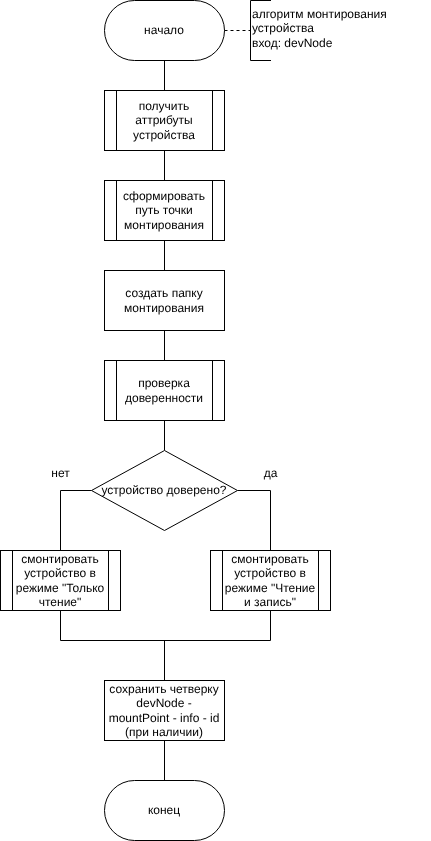
Above: Notes/report/inc/img/mount_algo.drawio.png in pitsmit/Diploma_IU7_2026 (draw.io), before the change. Source tidied: cells renumbered, new cells last; positions are measured from the earlier drawing's top-left corner, leaving out a move shared by most shapes.
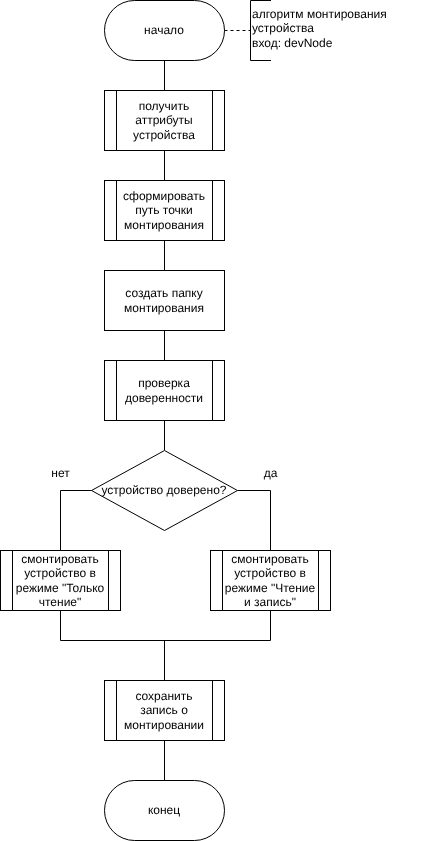
After the change.

Change to the diagram source:
```diff
@@ -52,17 +52,14 @@
     <mxCell id="15" value="&lt;font style=&quot;color: rgb(0, 0, 0);&quot;&gt;смонтировать&lt;/font&gt;&lt;div&gt;&lt;font style=&quot;color: rgb(0, 0, 0);&quot;&gt;устройство в режиме &quot;Чтение и запись&quot;&lt;/font&gt;&lt;/div&gt;" style="shape=process;whiteSpace=wrap;html=1;backgroundOutline=1;" parent="1" vertex="1">
       <mxGeometry x="210" y="550" width="120" height="60" as="geometry" />
     </mxCell>
-    <mxCell id="16" style="edgeStyle=none;html=1;endArrow=none;endFill=0;startArrow=none;startFill=0;" parent="1" edge="1" source="18">
+    <mxCell id="16" style="edgeStyle=none;html=1;endArrow=none;endFill=0;startArrow=none;startFill=0;exitX=0.5;exitY=0;exitDx=0;exitDy=0;" parent="1" edge="1" source="27">
       <mxGeometry relative="1" as="geometry">
         <mxPoint x="164" y="640" as="targetPoint" />
       </mxGeometry>
     </mxCell>
-    <mxCell id="17" style="edgeStyle=none;html=1;entryX=0.5;entryY=0;entryDx=0;entryDy=0;endArrow=none;endFill=0;" parent="1" edge="1" source="18" target="4">
+    <mxCell id="17" style="edgeStyle=none;html=1;entryX=0.5;entryY=0;entryDx=0;entryDy=0;endArrow=none;endFill=0;exitX=0.5;exitY=1;exitDx=0;exitDy=0;" parent="1" edge="1" source="27" target="4">
       <mxGeometry relative="1" as="geometry" />
     </mxCell>
-    <mxCell id="18" value="&lt;font style=&quot;color: rgb(0, 0, 0);&quot;&gt;сохранить четверк&lt;span style=&quot;background-color: transparent;&quot;&gt;у devNode - mountPoint - info - id (при наличии)&lt;/span&gt;&lt;/font&gt;" style="rounded=0;whiteSpace=wrap;html=1;" parent="1" vertex="1">
-      <mxGeometry x="104" y="680" width="120" height="60" as="geometry" />
-    </mxCell>
     <mxCell id="19" style="edgeStyle=none;html=1;entryX=0.5;entryY=1;entryDx=0;entryDy=0;endArrow=none;endFill=0;rounded=0;curved=0;" parent="1" edge="1" source="20" target="15">
       <mxGeometry relative="1" as="geometry">
         <Array as="points">
@@ -92,5 +89,8 @@
     <mxCell id="26" value="&lt;span&gt;&lt;font style=&quot;color: rgb(0, 0, 0);&quot;&gt;алгоритм монтирования устройства&lt;/font&gt;&lt;/span&gt;&lt;div style=&quot;scrollbar-color: rgb(226, 226, 226) rgb(251, 251, 251); color: rgb(63, 63, 63);&quot;&gt;&lt;font style=&quot;color: rgb(0, 0, 0);&quot;&gt;вход: devNode&lt;/font&gt;&lt;/div&gt;" style="text;whiteSpace=wrap;html=1;align=left;" parent="1" vertex="1">
       <mxGeometry x="250" width="180" height="60" as="geometry" />
     </mxCell>
+    <mxCell id="27" value="сохранить запись о монтировании" style="shape=process;whiteSpace=wrap;html=1;backgroundOutline=1;" parent="1" vertex="1">
+      <mxGeometry x="104" y="680" width="120" height="60" as="geometry" />
+    </mxCell>
   </root>
 </mxGraphModel>
```
